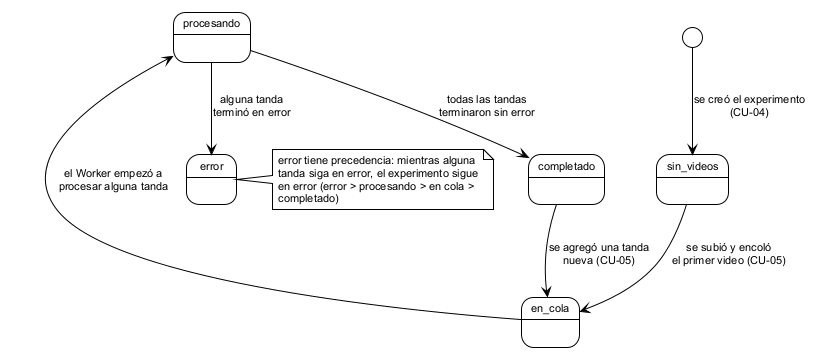
Earlier version of the PlantUML export figures/mermaid/estados_experimento.png (ErickJester/fst-ai-system-latex).
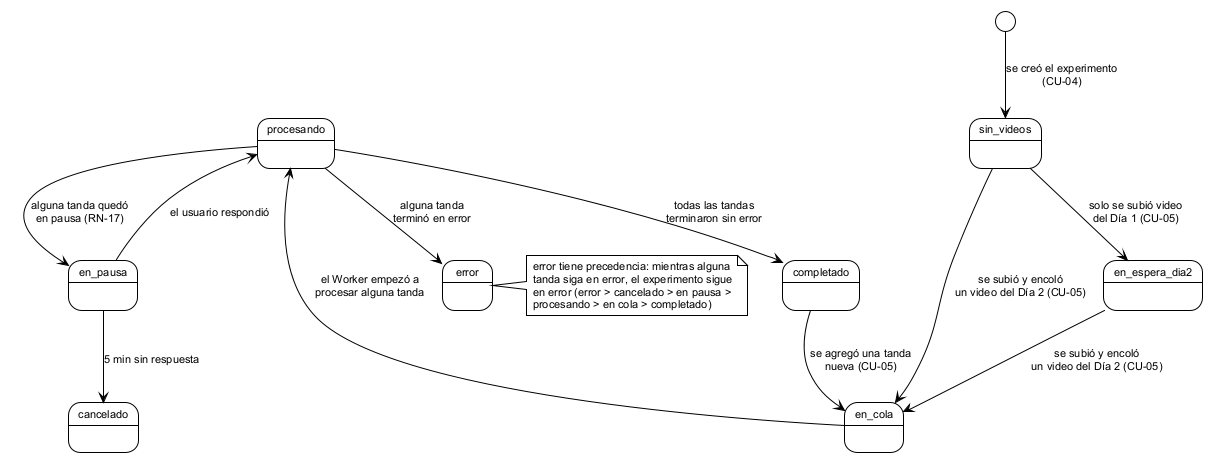
The same diagram one commit later.

Diff of the diagram source:
```diff
@@ -6,16 +6,21 @@
 
 [*] --> sin_videos : se creó el experimento\n(CU-04)
 
-sin_videos --> en_cola : se subió y encoló\nel primer video (CU-05)
+sin_videos --> en_espera_dia2 : solo se subió video\ndel Día 1 (CU-05)
+sin_videos --> en_cola : se subió y encoló\nun video del Día 2 (CU-05)
+en_espera_dia2 --> en_cola : se subió y encoló\nun video del Día 2 (CU-05)
 en_cola --> procesando : el Worker empezó a\nprocesar alguna tanda
 procesando --> completado : todas las tandas\nterminaron sin error
 procesando --> error : alguna tanda\nterminó en error
+procesando --> en_pausa : alguna tanda quedó\nen pausa (RN-17)
+en_pausa --> procesando : el usuario respondió
+en_pausa --> cancelado : 5 min sin respuesta
 completado --> en_cola : se agregó una tanda\nnueva (CU-05)
 note right of error
   error tiene precedencia: mientras alguna
   tanda siga en error, el experimento sigue
-  en error (error > procesando > en cola >
-  completado)
+  en error (error > cancelado > en pausa >
+  procesando > en cola > completado)
 end note
 
 @enduml
```
